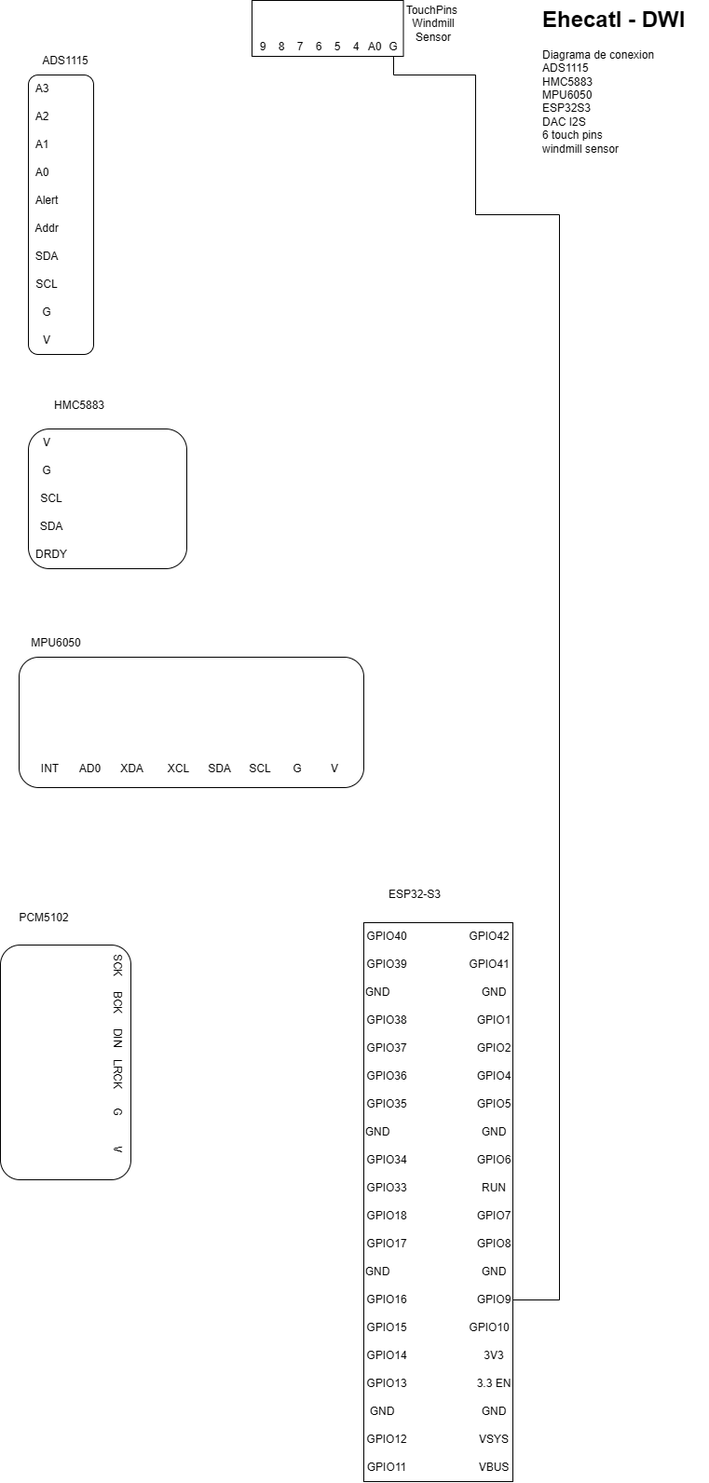
Before: Schematic/Ehecatl-DWI.drawio.png, a diagram exported from draw.io (manoxs/Ehecatl). Source tidied: cells renumbered, new cells last; positions are measured from the earlier drawing's top-left corner, leaving out a move shared by most shapes.
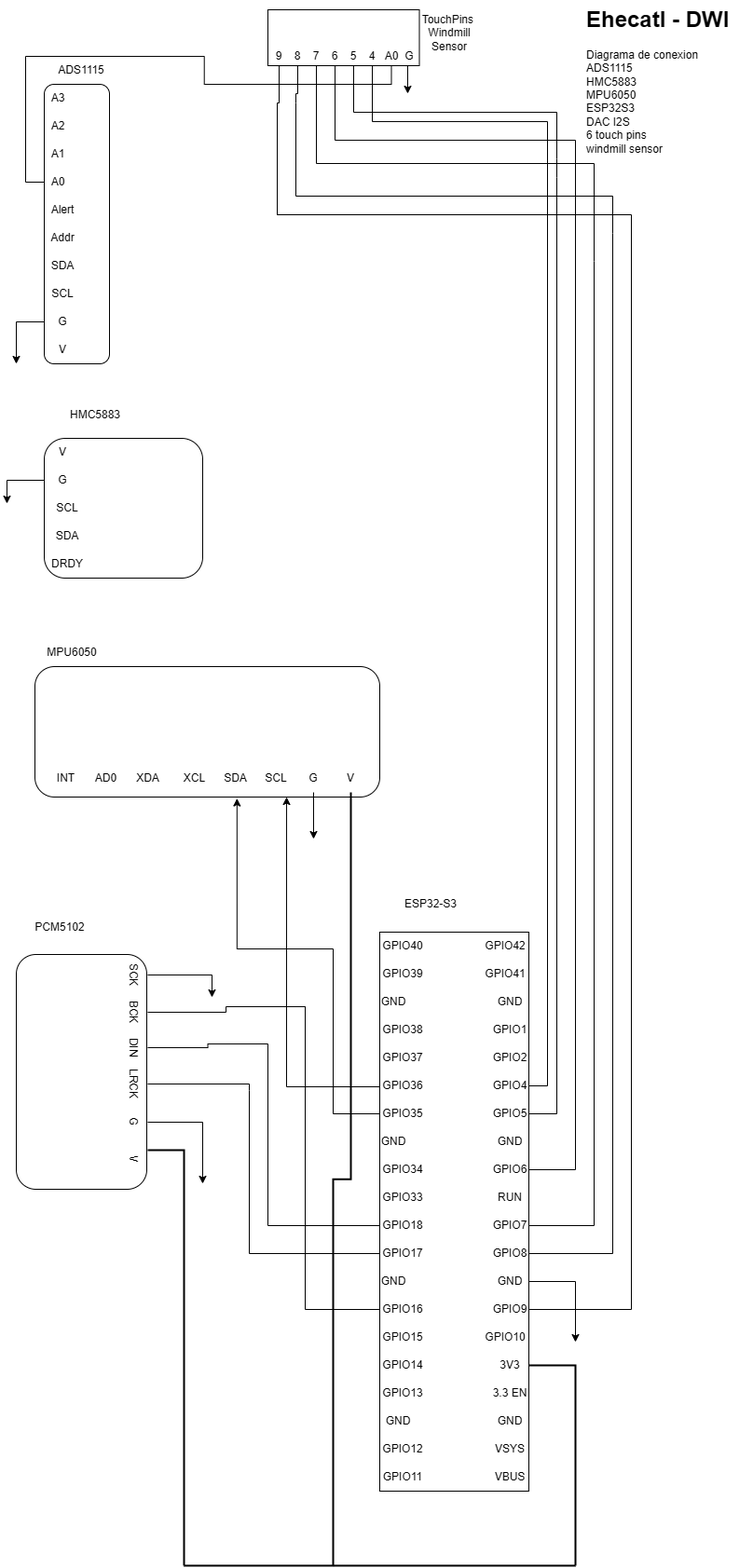
The same file after the commit.

Change to the diagram source:
```diff
@@ -5,3 +5,3 @@
     <mxCell id="2" value="&lt;h1 style=&quot;margin-top: 0px;&quot;&gt;Ehecatl - DWI&lt;/h1&gt;&lt;div&gt;Diagrama de conexion&lt;/div&gt;&lt;div&gt;ADS1115&lt;/div&gt;&lt;div&gt;HMC5883&lt;/div&gt;&lt;div&gt;MPU6050&lt;/div&gt;&lt;div&gt;ESP32S3&lt;/div&gt;&lt;div&gt;DAC I2S&lt;/div&gt;&lt;div&gt;6 touch pins&lt;/div&gt;&lt;div&gt;windmill sensor&lt;/div&gt;&lt;div&gt;&lt;br&gt;&lt;/div&gt;&lt;div&gt;&lt;br&gt;&lt;/div&gt;" style="text;html=1;whiteSpace=wrap;overflow=hidden;rounded=0;labelBackgroundColor=light-dark(default, #c61515);" parent="1" vertex="1">
-      <mxGeometry x="636" width="180" height="170" as="geometry" />
+      <mxGeometry x="666" y="-10" width="180" height="170" as="geometry" />
     </mxCell>
@@ -13,2 +13,7 @@
     </mxCell>
+    <mxCell id="101" style="edgeStyle=orthogonalEdgeStyle;rounded=0;jettySize=auto;html=1;" parent="3" edge="1" source="5">
+      <mxGeometry relative="1" as="geometry">
+        <mxPoint x="-40" y="110" as="targetPoint" />
+      </mxGeometry>
+    </mxCell>
     <mxCell id="5" value="G" style="text;html=1;whiteSpace=wrap;strokeColor=none;fillColor=none;align=center;verticalAlign=middle;rounded=0;" parent="3" vertex="1">
@@ -37,2 +42,7 @@
     </mxCell>
+    <mxCell id="102" style="edgeStyle=orthogonalEdgeStyle;rounded=0;jettySize=auto;html=1;" parent="11" edge="1" source="13">
+      <mxGeometry relative="1" as="geometry">
+        <mxPoint x="299" y="215" as="targetPoint" />
+      </mxGeometry>
+    </mxCell>
     <mxCell id="13" value="G" style="text;html=1;whiteSpace=wrap;strokeColor=none;fillColor=none;align=center;verticalAlign=middle;rounded=0;" parent="11" vertex="1">
@@ -40,2 +50,7 @@
     </mxCell>
+    <mxCell id="103" style="edgeStyle=orthogonalEdgeStyle;rounded=0;jettySize=auto;html=1;strokeWidth=2;endArrow=none;endFill=0;" parent="11" edge="1" source="14">
+      <mxGeometry relative="1" as="geometry">
+        <mxPoint x="320" y="995.6" as="targetPoint" />
+      </mxGeometry>
+    </mxCell>
     <mxCell id="14" value="V" style="text;html=1;whiteSpace=wrap;strokeColor=none;fillColor=none;align=center;verticalAlign=middle;rounded=0;" parent="11" vertex="1">
@@ -79,2 +94,7 @@
     </mxCell>
+    <mxCell id="104" style="edgeStyle=orthogonalEdgeStyle;rounded=0;jettySize=auto;html=1;endArrow=none;endFill=0;" parent="22" edge="1" source="27">
+      <mxGeometry relative="1" as="geometry">
+        <mxPoint x="-20" as="targetPoint" />
+      </mxGeometry>
+    </mxCell>
     <mxCell id="27" value="A0" style="text;html=1;whiteSpace=wrap;strokeColor=none;fillColor=none;align=center;verticalAlign=middle;rounded=0;" parent="22" vertex="1">
@@ -94,2 +114,7 @@
     </mxCell>
+    <mxCell id="105" style="edgeStyle=orthogonalEdgeStyle;rounded=0;jettySize=auto;html=1;" parent="22" edge="1" source="32">
+      <mxGeometry relative="1" as="geometry">
+        <mxPoint x="-30" y="330" as="targetPoint" />
+      </mxGeometry>
+    </mxCell>
     <mxCell id="32" value="G" style="text;html=1;whiteSpace=wrap;strokeColor=none;fillColor=none;align=center;verticalAlign=middle;rounded=0;" parent="22" vertex="1">
@@ -109,2 +134,12 @@
     </mxCell>
+    <mxCell id="106" style="edgeStyle=orthogonalEdgeStyle;rounded=0;jettySize=auto;html=1;exitX=0.5;exitY=1;exitDx=0;exitDy=0;endArrow=none;endFill=0;" parent="35" edge="1" source="37">
+      <mxGeometry relative="1" as="geometry">
+        <mxPoint x="12" y="220" as="targetPoint" />
+        <Array as="points">
+          <mxPoint x="12" y="100" />
+          <mxPoint x="10" y="100" />
+          <mxPoint x="10" y="220" />
+        </Array>
+      </mxGeometry>
+    </mxCell>
     <mxCell id="37" value="9" style="text;html=1;whiteSpace=wrap;strokeColor=none;fillColor=none;align=center;verticalAlign=middle;rounded=0;" parent="35" vertex="1">
@@ -112,2 +147,17 @@
     </mxCell>
+    <mxCell id="107" style="rounded=0;orthogonalLoop=1;jettySize=auto;html=1;endArrow=none;endFill=0;" parent="35" edge="1">
+      <mxGeometry relative="1" as="geometry">
+        <mxPoint x="30" y="100" as="sourcePoint" />
+        <mxPoint x="30" y="200" as="targetPoint" />
+      </mxGeometry>
+    </mxCell>
+    <mxCell id="108" style="edgeStyle=orthogonalEdgeStyle;rounded=0;jettySize=auto;html=1;exitX=0.5;exitY=1;exitDx=0;exitDy=0;endArrow=none;endFill=0;" parent="35" edge="1" source="38">
+      <mxGeometry relative="1" as="geometry">
+        <mxPoint x="30" y="100" as="targetPoint" />
+        <Array as="points">
+          <mxPoint x="32" y="90" />
+          <mxPoint x="30" y="90" />
+        </Array>
+      </mxGeometry>
+    </mxCell>
     <mxCell id="38" value="8" style="text;html=1;whiteSpace=wrap;strokeColor=none;fillColor=none;align=center;verticalAlign=middle;rounded=0;" parent="35" vertex="1">
@@ -115,2 +165,7 @@
     </mxCell>
+    <mxCell id="109" style="edgeStyle=orthogonalEdgeStyle;rounded=0;jettySize=auto;html=1;exitX=0.5;exitY=1;exitDx=0;exitDy=0;endArrow=none;endFill=0;" parent="35" edge="1" source="39">
+      <mxGeometry relative="1" as="geometry">
+        <mxPoint x="350" y="270" as="targetPoint" />
+      </mxGeometry>
+    </mxCell>
     <mxCell id="39" value="7" style="text;html=1;whiteSpace=wrap;strokeColor=none;fillColor=none;align=center;verticalAlign=middle;rounded=0;" parent="35" vertex="1">
@@ -118,2 +173,7 @@
     </mxCell>
+    <mxCell id="110" style="edgeStyle=orthogonalEdgeStyle;rounded=0;jettySize=auto;html=1;exitX=0.5;exitY=1;exitDx=0;exitDy=0;endArrow=none;endFill=0;" parent="35" edge="1" source="40">
+      <mxGeometry relative="1" as="geometry">
+        <mxPoint x="330" y="220" as="targetPoint" />
+      </mxGeometry>
+    </mxCell>
     <mxCell id="40" value="6" style="text;html=1;whiteSpace=wrap;strokeColor=none;fillColor=none;align=center;verticalAlign=middle;rounded=0;" parent="35" vertex="1">
@@ -121,2 +181,7 @@
     </mxCell>
+    <mxCell id="111" style="edgeStyle=orthogonalEdgeStyle;rounded=0;jettySize=auto;html=1;exitX=0.5;exitY=1;exitDx=0;exitDy=0;endArrow=none;endFill=0;" parent="35" edge="1" source="41">
+      <mxGeometry relative="1" as="geometry">
+        <mxPoint x="310" y="160" as="targetPoint" />
+      </mxGeometry>
+    </mxCell>
     <mxCell id="41" value="5" style="text;html=1;whiteSpace=wrap;strokeColor=none;fillColor=none;align=center;verticalAlign=middle;rounded=0;" parent="35" vertex="1">
@@ -124,2 +189,7 @@
     </mxCell>
+    <mxCell id="112" style="edgeStyle=orthogonalEdgeStyle;rounded=0;jettySize=auto;html=1;exitX=0.5;exitY=1;exitDx=0;exitDy=0;endArrow=none;endFill=0;" parent="35" edge="1" source="42">
+      <mxGeometry relative="1" as="geometry">
+        <mxPoint x="300" y="180" as="targetPoint" />
+      </mxGeometry>
+    </mxCell>
     <mxCell id="42" value="4" style="text;html=1;whiteSpace=wrap;strokeColor=none;fillColor=none;align=center;verticalAlign=middle;rounded=0;" parent="35" vertex="1">
@@ -127,2 +197,7 @@
     </mxCell>
+    <mxCell id="113" style="edgeStyle=orthogonalEdgeStyle;rounded=0;jettySize=auto;html=1;exitX=0.5;exitY=1;exitDx=0;exitDy=0;endArrow=none;endFill=0;" parent="35" edge="1" source="43">
+      <mxGeometry relative="1" as="geometry">
+        <mxPoint x="-260" y="50" as="targetPoint" />
+      </mxGeometry>
+    </mxCell>
     <mxCell id="43" value="A0" style="text;html=1;whiteSpace=wrap;strokeColor=none;fillColor=none;align=center;verticalAlign=middle;rounded=0;" parent="35" vertex="1">
@@ -130,7 +205,7 @@
     </mxCell>
-    <mxCell id="44" style="edgeStyle=orthogonalEdgeStyle;rounded=0;jettySize=auto;html=1;exitX=0.5;exitY=1;exitDx=0;exitDy=0;endArrow=none;endFill=0;" parent="35" edge="1" source="45">
-      <mxGeometry relative="1" as="geometry">
-        <mxPoint x="240" y="100" as="targetPoint" />
-      </mxGeometry>
-    </mxCell>
+    <mxCell id="114" style="edgeStyle=orthogonalEdgeStyle;rounded=0;jettySize=auto;html=1;exitX=0.75;exitY=1;exitDx=0;exitDy=0;" parent="35" edge="1" source="45">
+      <mxGeometry relative="1" as="geometry">
+        <mxPoint x="150" y="90" as="targetPoint" />
+      </mxGeometry>
+    </mxCell>
     <mxCell id="45" value="G" style="text;html=1;whiteSpace=wrap;strokeColor=none;fillColor=none;align=center;verticalAlign=middle;rounded=0;" parent="35" vertex="1">
@@ -147,2 +222,7 @@
     </mxCell>
+    <mxCell id="115" style="edgeStyle=orthogonalEdgeStyle;rounded=0;jettySize=auto;html=1;exitX=0.25;exitY=0;exitDx=0;exitDy=0;strokeWidth=2;endArrow=none;endFill=0;" parent="47" edge="1" source="49">
+      <mxGeometry relative="1" as="geometry">
+        <mxPoint x="180" y="700" as="targetPoint" />
+      </mxGeometry>
+    </mxCell>
     <mxCell id="49" value="V" style="text;html=1;whiteSpace=wrap;strokeColor=none;fillColor=none;align=center;verticalAlign=middle;rounded=0;rotation=90;" parent="47" vertex="1">
@@ -150,2 +230,7 @@
     </mxCell>
+    <mxCell id="116" style="edgeStyle=orthogonalEdgeStyle;rounded=0;jettySize=auto;html=1;exitX=0.5;exitY=0;exitDx=0;exitDy=0;" parent="47" edge="1" source="50">
+      <mxGeometry relative="1" as="geometry">
+        <mxPoint x="200" y="290" as="targetPoint" />
+      </mxGeometry>
+    </mxCell>
     <mxCell id="50" value="G" style="text;html=1;whiteSpace=wrap;strokeColor=none;fillColor=none;align=center;verticalAlign=middle;rounded=0;rotation=90;" parent="47" vertex="1">
@@ -153,2 +238,10 @@
     </mxCell>
+    <mxCell id="117" style="edgeStyle=orthogonalEdgeStyle;rounded=0;jettySize=auto;html=1;endArrow=none;endFill=0;strokeColor=light-dark(#000000,#3399FF);" parent="47" edge="1" source="51">
+      <mxGeometry relative="1" as="geometry">
+        <mxPoint x="250" y="190" as="targetPoint" />
+        <Array as="points">
+          <mxPoint x="250" y="183" />
+        </Array>
+      </mxGeometry>
+    </mxCell>
     <mxCell id="51" value="LRCK" style="text;html=1;whiteSpace=wrap;strokeColor=none;fillColor=none;align=center;verticalAlign=middle;rounded=0;rotation=90;" parent="47" vertex="1">
@@ -156,2 +249,7 @@
     </mxCell>
+    <mxCell id="118" style="edgeStyle=orthogonalEdgeStyle;rounded=0;jettySize=auto;html=1;endArrow=none;endFill=0;strokeColor=light-dark(#000000,#99FFCC);" parent="47" edge="1" source="52">
+      <mxGeometry relative="1" as="geometry">
+        <mxPoint x="270" y="140" as="targetPoint" />
+      </mxGeometry>
+    </mxCell>
     <mxCell id="52" value="DIN" style="text;html=1;whiteSpace=wrap;strokeColor=none;fillColor=none;align=center;verticalAlign=middle;rounded=0;rotation=90;" parent="47" vertex="1">
@@ -159,2 +257,12 @@
     </mxCell>
+    <mxCell id="119" style="edgeStyle=orthogonalEdgeStyle;rounded=0;jettySize=auto;html=1;endArrow=none;endFill=0;strokeColor=light-dark(#000000,#FFF2CC);" parent="47" edge="1" source="53">
+      <mxGeometry relative="1" as="geometry">
+        <mxPoint x="310" y="106" as="targetPoint" />
+        <Array as="points">
+          <mxPoint x="225" y="106" />
+          <mxPoint x="225" y="100" />
+          <mxPoint x="310" y="100" />
+        </Array>
+      </mxGeometry>
+    </mxCell>
     <mxCell id="53" value="BCK" style="text;html=1;whiteSpace=wrap;strokeColor=none;fillColor=none;align=center;verticalAlign=middle;rounded=0;rotation=90;" parent="47" vertex="1">
@@ -162,2 +270,7 @@
     </mxCell>
+    <mxCell id="120" style="edgeStyle=orthogonalEdgeStyle;rounded=0;jettySize=auto;html=1;" parent="47" edge="1" source="54">
+      <mxGeometry relative="1" as="geometry">
+        <mxPoint x="210" y="90" as="targetPoint" />
+      </mxGeometry>
+    </mxCell>
     <mxCell id="54" value="SCK" style="text;html=1;whiteSpace=wrap;strokeColor=none;fillColor=none;align=center;verticalAlign=middle;rounded=0;rotation=90;" parent="47" vertex="1">
@@ -186,2 +299,7 @@
     </mxCell>
+    <mxCell id="121" style="edgeStyle=orthogonalEdgeStyle;rounded=0;jettySize=auto;html=1;exitX=1;exitY=0.5;exitDx=0;exitDy=0;endArrow=none;endFill=0;strokeWidth=2;" parent="56" edge="1" source="62">
+      <mxGeometry relative="1" as="geometry">
+        <mxPoint x="210" y="730" as="targetPoint" />
+      </mxGeometry>
+    </mxCell>
     <mxCell id="62" value="3V3" style="text;html=1;whiteSpace=wrap;strokeColor=none;fillColor=none;align=center;verticalAlign=middle;rounded=0;" parent="56" vertex="1">
@@ -192,2 +310,7 @@
     </mxCell>
+    <mxCell id="122" style="edgeStyle=orthogonalEdgeStyle;rounded=0;jettySize=auto;html=1;endArrow=none;endFill=0;" parent="56" edge="1" source="64">
+      <mxGeometry relative="1" as="geometry">
+        <mxPoint x="270" y="-720" as="targetPoint" />
+      </mxGeometry>
+    </mxCell>
     <mxCell id="64" value="GPIO9" style="text;html=1;whiteSpace=wrap;strokeColor=none;fillColor=none;align=center;verticalAlign=middle;rounded=0;" parent="56" vertex="1">
@@ -195,2 +318,7 @@
     </mxCell>
+    <mxCell id="123" style="edgeStyle=orthogonalEdgeStyle;rounded=0;jettySize=auto;html=1;exitX=1;exitY=0.5;exitDx=0;exitDy=0;" parent="56" edge="1" source="65">
+      <mxGeometry relative="1" as="geometry">
+        <mxPoint x="210" y="490" as="targetPoint" />
+      </mxGeometry>
+    </mxCell>
     <mxCell id="65" value="GND" style="text;html=1;whiteSpace=wrap;strokeColor=none;fillColor=none;align=center;verticalAlign=middle;rounded=0;" parent="56" vertex="1">
@@ -198,2 +326,7 @@
     </mxCell>
+    <mxCell id="124" style="edgeStyle=orthogonalEdgeStyle;rounded=0;jettySize=auto;html=1;exitX=1;exitY=0.5;exitDx=0;exitDy=0;endArrow=none;endFill=0;" parent="56" edge="1" source="66">
+      <mxGeometry relative="1" as="geometry">
+        <mxPoint x="250" y="-700" as="targetPoint" />
+      </mxGeometry>
+    </mxCell>
     <mxCell id="66" value="GPIO8" style="text;html=1;whiteSpace=wrap;strokeColor=none;fillColor=none;align=center;verticalAlign=middle;rounded=0;" parent="56" vertex="1">
@@ -201,2 +334,7 @@
     </mxCell>
+    <mxCell id="125" style="edgeStyle=orthogonalEdgeStyle;rounded=0;jettySize=auto;html=1;endArrow=none;endFill=0;" parent="56" edge="1" source="67">
+      <mxGeometry relative="1" as="geometry">
+        <mxPoint x="230" y="-670" as="targetPoint" />
+      </mxGeometry>
+    </mxCell>
     <mxCell id="67" value="GPIO7" style="text;html=1;whiteSpace=wrap;strokeColor=none;fillColor=none;align=center;verticalAlign=middle;rounded=0;" parent="56" vertex="1">
@@ -207,2 +345,7 @@
     </mxCell>
+    <mxCell id="126" style="edgeStyle=orthogonalEdgeStyle;rounded=0;jettySize=auto;html=1;exitX=1;exitY=0.5;exitDx=0;exitDy=0;endArrow=none;endFill=0;" parent="56" edge="1" source="69">
+      <mxGeometry relative="1" as="geometry">
+        <mxPoint x="210" y="-750" as="targetPoint" />
+      </mxGeometry>
+    </mxCell>
     <mxCell id="69" value="GPIO6" style="text;html=1;whiteSpace=wrap;strokeColor=none;fillColor=none;align=center;verticalAlign=middle;rounded=0;" parent="56" vertex="1">
@@ -213,2 +356,7 @@
     </mxCell>
+    <mxCell id="127" style="edgeStyle=orthogonalEdgeStyle;rounded=0;jettySize=auto;html=1;endArrow=none;endFill=0;" parent="56" edge="1" source="71">
+      <mxGeometry relative="1" as="geometry">
+        <mxPoint x="190" y="-760" as="targetPoint" />
+      </mxGeometry>
+    </mxCell>
     <mxCell id="71" value="GPIO5" style="text;html=1;whiteSpace=wrap;strokeColor=none;fillColor=none;align=center;verticalAlign=middle;rounded=0;" parent="56" vertex="1">
@@ -216,2 +364,7 @@
     </mxCell>
+    <mxCell id="128" style="edgeStyle=orthogonalEdgeStyle;rounded=0;jettySize=auto;html=1;exitX=1;exitY=0.5;exitDx=0;exitDy=0;endArrow=none;endFill=0;" parent="56" edge="1" source="72">
+      <mxGeometry relative="1" as="geometry">
+        <mxPoint x="180" y="-770" as="targetPoint" />
+      </mxGeometry>
+    </mxCell>
     <mxCell id="72" value="GPIO4" style="text;html=1;whiteSpace=wrap;strokeColor=none;fillColor=none;align=center;verticalAlign=middle;rounded=0;" parent="56" vertex="1">
@@ -252,2 +405,7 @@
     </mxCell>
+    <mxCell id="129" style="edgeStyle=orthogonalEdgeStyle;rounded=0;jettySize=auto;html=1;endArrow=none;endFill=0;" parent="56" edge="1" source="84">
+      <mxGeometry relative="1" as="geometry">
+        <mxPoint x="-80" y="130" as="targetPoint" />
+      </mxGeometry>
+    </mxCell>
     <mxCell id="84" value="GPIO16" style="text;html=1;whiteSpace=wrap;strokeColor=none;fillColor=none;align=center;verticalAlign=middle;rounded=0;" parent="56" vertex="1">
@@ -258,2 +416,7 @@
     </mxCell>
+    <mxCell id="130" style="edgeStyle=orthogonalEdgeStyle;rounded=0;jettySize=auto;html=1;endArrow=none;endFill=0;strokeColor=light-dark(#000000,#3399FF);" parent="56" edge="1" source="86">
+      <mxGeometry relative="1" as="geometry">
+        <mxPoint x="-140" y="220" as="targetPoint" />
+      </mxGeometry>
+    </mxCell>
     <mxCell id="86" value="GPIO17" style="text;html=1;whiteSpace=wrap;strokeColor=none;fillColor=none;align=center;verticalAlign=middle;rounded=0;" parent="56" vertex="1">
@@ -261,2 +424,7 @@
     </mxCell>
+    <mxCell id="131" style="edgeStyle=orthogonalEdgeStyle;rounded=0;jettySize=auto;html=1;endArrow=none;endFill=0;strokeColor=light-dark(#000000,#99FFCC);" parent="56" edge="1" source="87">
+      <mxGeometry relative="1" as="geometry">
+        <mxPoint x="-120" y="170" as="targetPoint" />
+      </mxGeometry>
+    </mxCell>
     <mxCell id="87" value="GPIO18" style="text;html=1;whiteSpace=wrap;strokeColor=none;fillColor=none;align=center;verticalAlign=middle;rounded=0;" parent="56" vertex="1">
@@ -297,16 +465,47 @@
     </mxCell>
-    <mxCell id="99" style="edgeStyle=orthogonalEdgeStyle;rounded=0;jettySize=auto;html=1;endArrow=none;endFill=0;exitX=1;exitY=0.5;exitDx=0;exitDy=0;" parent="1" edge="1" source="64">
-      <mxGeometry relative="1" as="geometry">
-        <mxPoint x="656" y="230" as="targetPoint" />
-      </mxGeometry>
-    </mxCell>
-    <mxCell id="100" style="endArrow=none;html=1;rounded=0;" parent="1" edge="1">
-      <mxGeometry relative="1" as="geometry">
-        <mxPoint x="656" y="230" as="sourcePoint" />
-        <mxPoint x="566" y="90" as="targetPoint" />
-        <Array as="points">
-          <mxPoint x="566" y="230" />
-        </Array>
-      </mxGeometry>
-    </mxCell>
+    <mxCell id="132" style="endArrow=none;html=1;rounded=0;" parent="1" edge="1">
+      <mxGeometry relative="1" as="geometry">
+        <mxPoint x="636" y="180" as="sourcePoint" />
+        <mxPoint x="636" y="160" as="targetPoint" />
+      </mxGeometry>
+    </mxCell>
+    <mxCell id="133" style="endArrow=none;html=1;rounded=0;" parent="1" edge="1">
+      <mxGeometry relative="1" as="geometry">
+        <mxPoint x="696" y="240" as="sourcePoint" />
+        <mxPoint x="696" y="200" as="targetPoint" />
+      </mxGeometry>
+    </mxCell>
+    <mxCell id="134" style="endArrow=none;html=1;rounded=0;" parent="1" edge="1">
+      <mxGeometry relative="1" as="geometry">
+        <mxPoint x="356" y="200" as="sourcePoint" />
+        <mxPoint x="696" y="200" as="targetPoint" />
+      </mxGeometry>
+    </mxCell>
+    <mxCell id="135" style="endArrow=none;html=1;rounded=0;" parent="1" edge="1">
+      <mxGeometry relative="1" as="geometry">
+        <mxPoint x="336" y="220" as="sourcePoint" />
+        <mxPoint x="716" y="220" as="targetPoint" />
+      </mxGeometry>
+    </mxCell>
+    <mxCell id="136" style="endArrow=none;html=1;rounded=0;strokeWidth=2;" parent="1" edge="1">
+      <mxGeometry relative="1" as="geometry">
+        <mxPoint x="236" y="1670" as="sourcePoint" />
+        <mxPoint x="656" y="1670" as="targetPoint" />
+      </mxGeometry>
+    </mxCell>
+    <mxCell id="137" style="edgeStyle=orthogonalEdgeStyle;rounded=0;jettySize=auto;html=1;entryX=0.586;entryY=1.009;entryDx=0;entryDy=0;entryPerimeter=0;strokeColor=light-dark(#000000,#FF3333);" parent="1" edge="1" source="91" target="11">
+      <mxGeometry relative="1" as="geometry">
+        <Array as="points">
+          <mxPoint x="396" y="1185" />
+          <mxPoint x="396" y="1008" />
+          <mxPoint x="293" y="1008" />
+        </Array>
+      </mxGeometry>
+    </mxCell>
+    <mxCell id="138" style="edgeStyle=orthogonalEdgeStyle;rounded=0;orthogonalLoop=1;jettySize=auto;html=1;entryX=0.692;entryY=0.995;entryDx=0;entryDy=0;entryPerimeter=0;strokeColor=light-dark(#000000,#33FFFF);" parent="1" edge="1">
+      <mxGeometry relative="1" as="geometry">
+        <mxPoint x="446" y="1156" as="sourcePoint" />
+        <mxPoint x="346" y="845" as="targetPoint" />
+      </mxGeometry>
+    </mxCell>
   </root>
```
